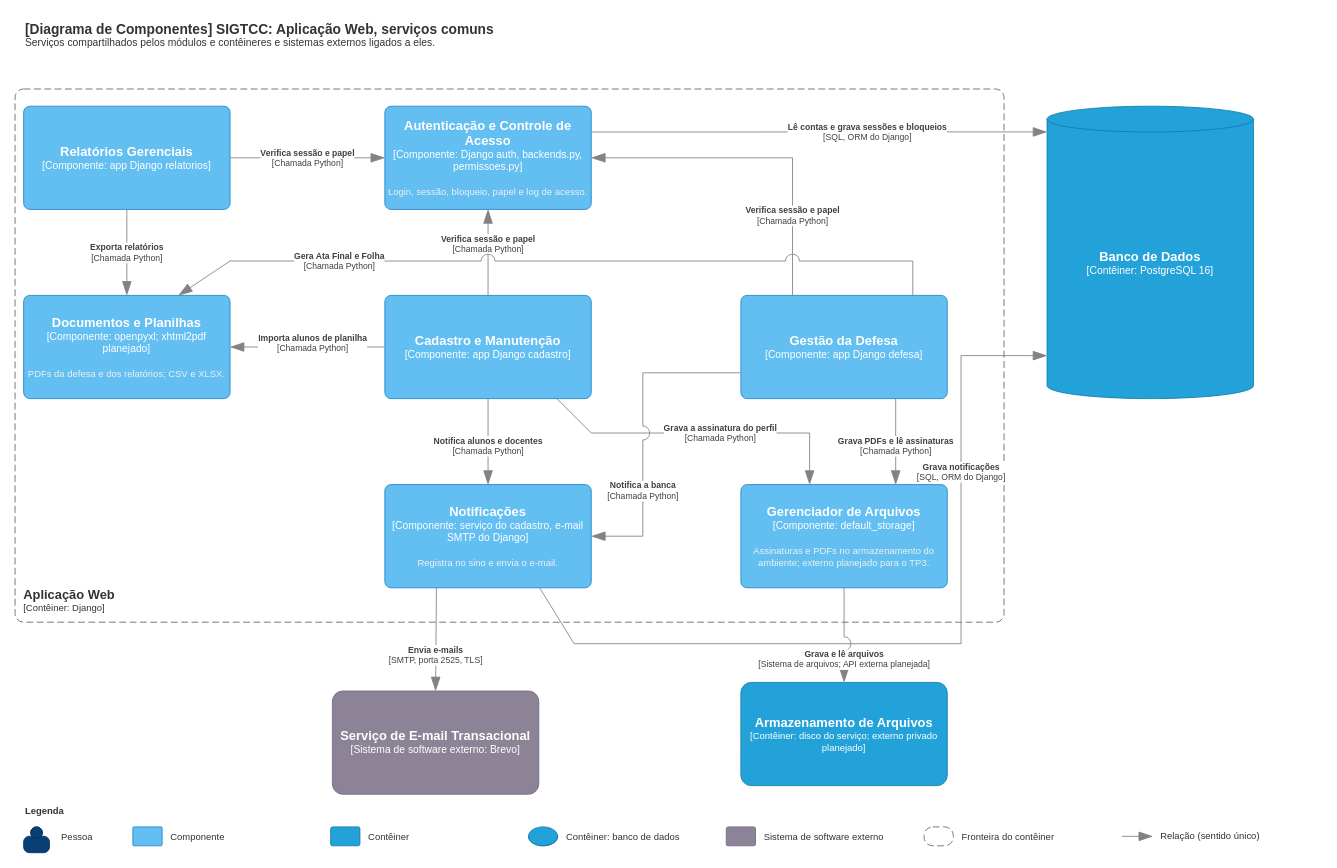
celiobenj/SIGTCC keeps this draw.io diagram as page "Componentes: serviços comuns" (2 of 2) of docs/arquitetura/Componentes_SIGTCC.drawio. Above is the earlier version. Source tidied: cells renumbered, new cells numbered last; positions are measured from the earlier drawing's top-left corner, leaving out a move shared by most shapes. Both pictures are drawn from the tidied source at 86%, with x=0, y=0 at pixel (15, 15).
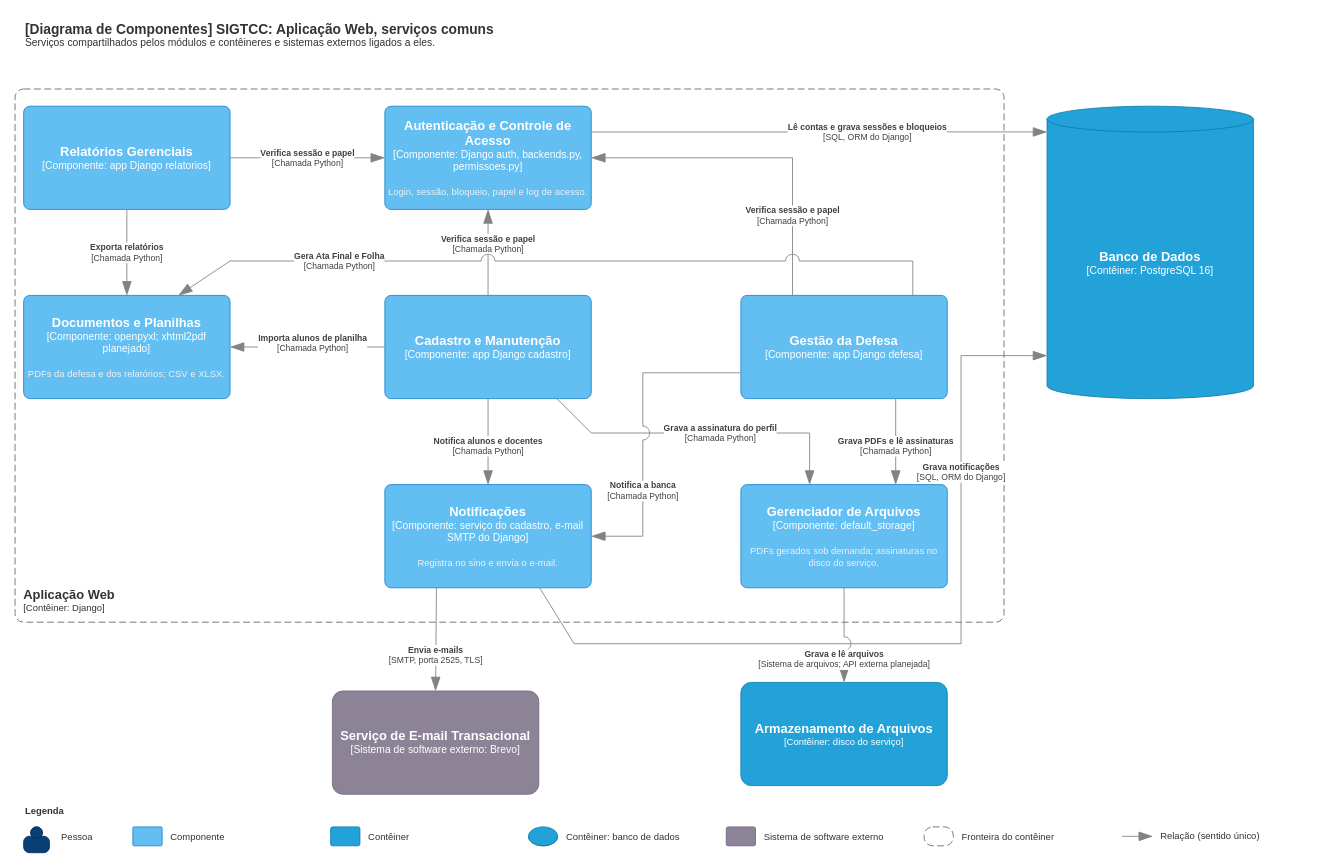
Above is the later version.

Commit message (it also covers changes not shown here):
docs(feat-08): atualizar diagramas, changelog e texto do PR

What changed in the source:
```diff
@@
-    <mxCell id="10" value="&lt;font style=&quot;font-size:15px&quot;&gt;&lt;b&gt;Gerenciador de Arquivos&lt;/b&gt;&lt;/font&gt;&lt;div&gt;[Componente: default_storage]&lt;/div&gt;&lt;br&gt;&lt;div&gt;&lt;font style=&quot;font-size:11px&quot; color=&quot;#F0F0F0&quot;&gt;Assinaturas e PDFs no armazenamento do ambiente; externo planejado para o TP3.&lt;/font&gt;&lt;/div&gt;" style="rounded=1;whiteSpace=wrap;html=1;labelBackgroundColor=none;fillColor=#63BEF2;fontColor=#ffffff;align=center;arcSize=6;strokeColor=#2086C9;" parent="1" vertex="1">
+    <mxCell id="10" value="&lt;font style=&quot;font-size:15px&quot;&gt;&lt;b&gt;Gerenciador de Arquivos&lt;/b&gt;&lt;/font&gt;&lt;div&gt;[Componente: default_storage]&lt;/div&gt;&lt;br&gt;&lt;div&gt;&lt;font style=&quot;font-size:11px&quot; color=&quot;#F0F0F0&quot;&gt;PDFs gerados sob demanda; assinaturas no disco do serviço.&lt;/font&gt;&lt;/div&gt;" style="rounded=1;whiteSpace=wrap;html=1;labelBackgroundColor=none;fillColor=#63BEF2;fontColor=#ffffff;align=center;arcSize=6;strokeColor=#2086C9;" parent="1" vertex="1">
       <mxGeometry x="844" y="546" width="240" height="120" as="geometry" />
     </mxCell>
@@
-    <mxCell id="13" value="&lt;font style=&quot;font-size:15px&quot;&gt;&lt;b&gt;Armazenamento de Arquivos&lt;/b&gt;&lt;/font&gt;&lt;div&gt;[Contêiner: disco do serviço; externo privado planejado]&lt;/div&gt;" style="rounded=1;whiteSpace=wrap;html=1;fontSize=11;labelBackgroundColor=none;fillColor=#23A2D9;fontColor=#ffffff;align=center;arcSize=10;strokeColor=#0E7DAD;" parent="1" vertex="1">
+    <mxCell id="13" value="&lt;font style=&quot;font-size:15px&quot;&gt;&lt;b&gt;Armazenamento de Arquivos&lt;/b&gt;&lt;/font&gt;&lt;div&gt;[Contêiner: disco do serviço]&lt;/div&gt;" style="rounded=1;whiteSpace=wrap;html=1;fontSize=11;labelBackgroundColor=none;fillColor=#23A2D9;fontColor=#ffffff;align=center;arcSize=10;strokeColor=#0E7DAD;" parent="1" vertex="1">
       <mxGeometry x="844" y="776" width="240" height="120" as="geometry" />
     </mxCell>
```
